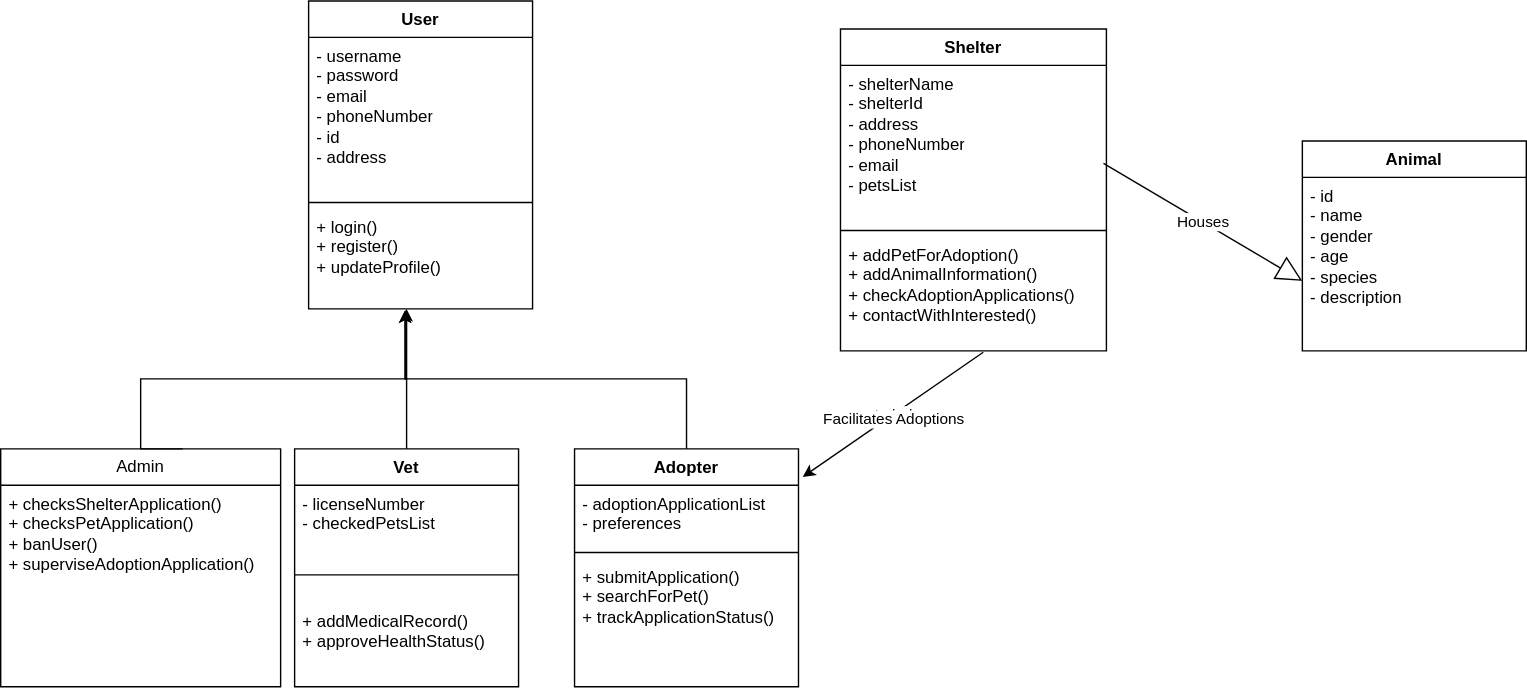
Earlier version of the draw.io export ClassDiagram.svg (Thomaskald/DistributedSystems). Source tidied: cells renumbered, new cells last; positions are measured from the earlier drawing's top-left corner, leaving out a move shared by most shapes.
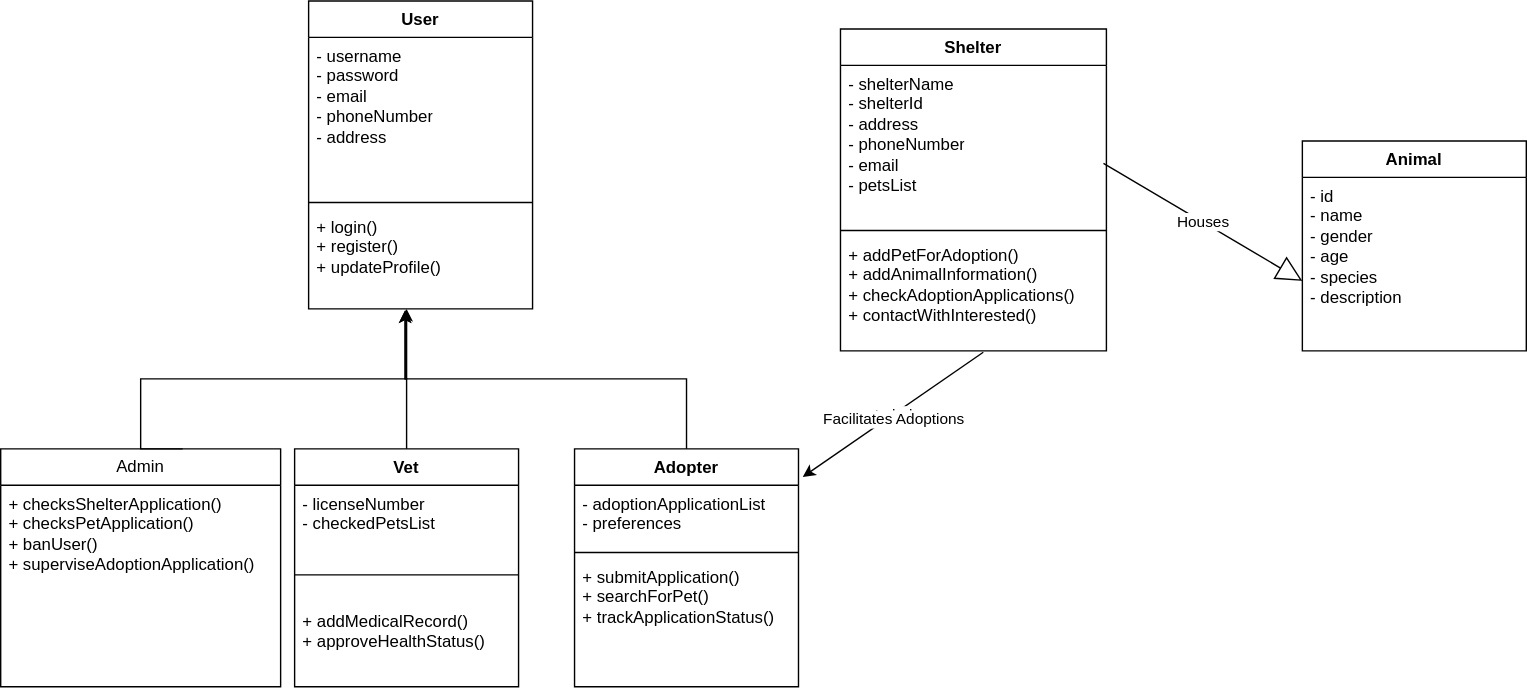
After the commit.

Diff of the diagram source:
```diff
@@ -5,7 +5,7 @@
     <mxCell id="2" value="User" style="swimlane;fontStyle=1;align=center;verticalAlign=top;horizontal=1;startSize=26;whiteSpace=wrap;html=1;" parent="1" vertex="1">
       <mxGeometry x="220" width="160" height="220" as="geometry" />
     </mxCell>
-    <mxCell id="3" value="- username&lt;div&gt;- password&lt;/div&gt;&lt;div&gt;- email&lt;/div&gt;&lt;div&gt;- phoneNumber&lt;/div&gt;&lt;div&gt;- id&lt;/div&gt;&lt;div&gt;- address&amp;nbsp;&lt;/div&gt;" style="text;strokeColor=none;fillColor=none;align=left;verticalAlign=top;spacingLeft=4;spacingRight=4;overflow=hidden;whiteSpace=wrap;html=1;" parent="2" vertex="1">
+    <mxCell id="3" value="- username&lt;div&gt;- password&lt;/div&gt;&lt;div&gt;- email&lt;/div&gt;&lt;div&gt;- phoneNumber&lt;/div&gt;&lt;div&gt;&lt;span style=&quot;background-color: initial;&quot;&gt;- address&amp;nbsp;&lt;/span&gt;&lt;/div&gt;" style="text;strokeColor=none;fillColor=none;align=left;verticalAlign=top;spacingLeft=4;spacingRight=4;overflow=hidden;whiteSpace=wrap;html=1;" parent="2" vertex="1">
       <mxGeometry y="26" width="160" height="114" as="geometry" />
     </mxCell>
     <mxCell id="4" style="line;strokeWidth=1;fillColor=none;align=left;verticalAlign=middle;spacingTop=-1;spacingLeft=3;spacingRight=3;labelPosition=right;strokeColor=inherit;" parent="2" vertex="1">
```
